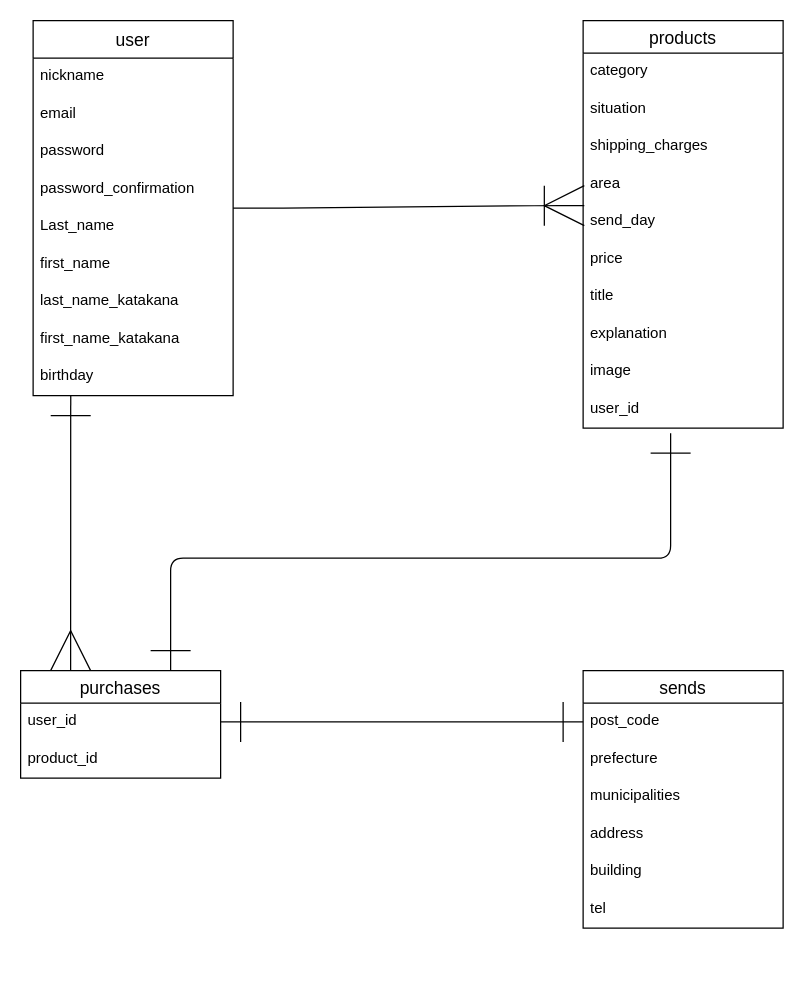
tkmprogram/furima-37396 keeps this draw.io diagram as furima.dio. Above is the earlier version. Source tidied: cells renumbered, new cells numbered last; positions are measured from the earlier drawing's top-left corner, leaving out a move shared by most shapes. Both pictures are drawn from the tidied source at 125%, with x=0, y=0 at pixel (20, 20).
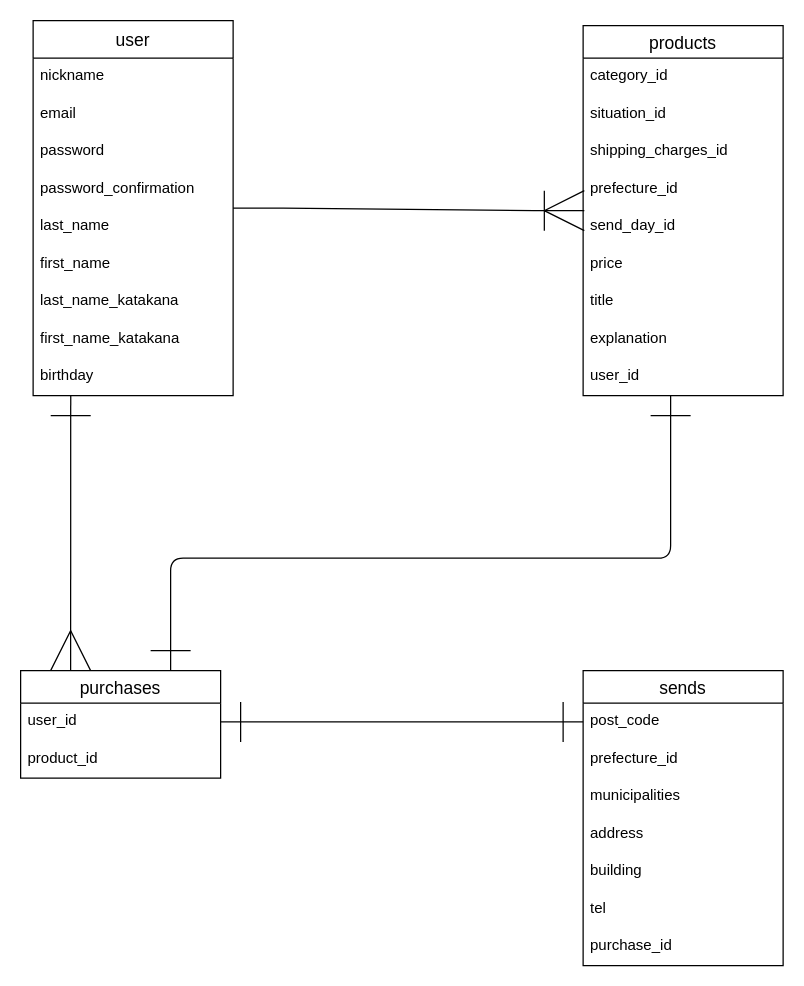
After the change.

The change refers to these unchanged cells:
```xml
<mxCell id="3" value="user" style="swimlane;fontStyle=0;horizontal=1;startSize=30;align=center;fontSize=14;labelBackgroundColor=none;" parent="1" vertex="1">
  <mxGeometry x="10" width="160" height="300" as="geometry" />
</mxCell>
<mxCell id="25" value="purchases" style="swimlane;fontStyle=0;horizontal=1;startSize=26;align=center;fontSize=14;" parent="1" vertex="1">
  <mxGeometry y="520" width="160" height="86" as="geometry" />
</mxCell>
```

What changed in the source:
```diff
@@
-    <mxCell id="8" value="Last_name" style="text;strokeColor=none;fillColor=none;spacingLeft=4;spacingRight=4;overflow=hidden;fontSize=12;" parent="3" vertex="1">
+    <mxCell id="8" value="last_name" style="text;strokeColor=none;fillColor=none;spacingLeft=4;spacingRight=4;overflow=hidden;fontSize=12;" parent="3" vertex="1">
       <mxGeometry y="150" width="160" height="30" as="geometry" />
     </mxCell>
@@
     <mxCell id="13" value="products" style="swimlane;fontStyle=0;horizontal=1;startSize=26;align=center;fontSize=14;" parent="1" vertex="1">
-      <mxGeometry x="450" width="160" height="326" as="geometry" />
+      <mxGeometry x="450" y="4" width="160" height="296" as="geometry" />
     </mxCell>
-    <mxCell id="14" value="category" style="text;strokeColor=none;fillColor=none;spacingLeft=4;spacingRight=4;overflow=hidden;fontSize=12;" parent="13" vertex="1">
+    <mxCell id="14" value="category_id " style="text;strokeColor=none;fillColor=none;spacingLeft=4;spacingRight=4;overflow=hidden;fontSize=12;" parent="13" vertex="1">
       <mxGeometry y="26" width="160" height="30" as="geometry" />
     </mxCell>
-    <mxCell id="15" value="situation" style="text;strokeColor=none;fillColor=none;spacingLeft=4;spacingRight=4;overflow=hidden;fontSize=12;" parent="13" vertex="1">
+    <mxCell id="15" value="situation_id" style="text;strokeColor=none;fillColor=none;spacingLeft=4;spacingRight=4;overflow=hidden;fontSize=12;" parent="13" vertex="1">
       <mxGeometry y="56" width="160" height="30" as="geometry" />
     </mxCell>
-    <mxCell id="16" value="shipping_charges" style="text;strokeColor=none;fillColor=none;spacingLeft=4;spacingRight=4;overflow=hidden;fontSize=12;" parent="13" vertex="1">
+    <mxCell id="16" value="shipping_charges_id" style="text;strokeColor=none;fillColor=none;spacingLeft=4;spacingRight=4;overflow=hidden;fontSize=12;" parent="13" vertex="1">
       <mxGeometry y="86" width="160" height="30" as="geometry" />
     </mxCell>
-    <mxCell id="17" value="area" style="text;strokeColor=none;fillColor=none;spacingLeft=4;spacingRight=4;overflow=hidden;fontSize=12;" parent="13" vertex="1">
+    <mxCell id="17" value="prefecture_id" style="text;strokeColor=none;fillColor=none;spacingLeft=4;spacingRight=4;overflow=hidden;fontSize=12;" parent="13" vertex="1">
       <mxGeometry y="116" width="160" height="30" as="geometry" />
     </mxCell>
-    <mxCell id="18" value="send_day" style="text;strokeColor=none;fillColor=none;spacingLeft=4;spacingRight=4;overflow=hidden;points=[[0,0.5],[1,0.5]];portConstraint=eastwest;fontSize=12;" parent="13" vertex="1">
+    <mxCell id="18" value="send_day_id" style="text;strokeColor=none;fillColor=none;spacingLeft=4;spacingRight=4;overflow=hidden;points=[[0,0.5],[1,0.5]];portConstraint=eastwest;fontSize=12;" parent="13" vertex="1">
       <mxGeometry y="146" width="160" height="30" as="geometry" />
     </mxCell>
@@
-    <mxCell id="22" value="image" style="text;strokeColor=none;fillColor=none;spacingLeft=4;spacingRight=4;overflow=hidden;fontSize=12;" parent="13" vertex="1">
-      <mxGeometry y="266" width="160" height="30" as="geometry" />
-    </mxCell>
     <mxCell id="23" value="user_id" style="text;strokeColor=none;fillColor=none;spacingLeft=4;spacingRight=4;overflow=hidden;fontSize=12;" parent="13" vertex="1">
-      <mxGeometry y="296" width="160" height="30" as="geometry" />
+      <mxGeometry y="266" width="160" height="30" as="geometry" />
     </mxCell>
@@
     <mxCell id="28" value="sends" style="swimlane;fontStyle=0;horizontal=1;startSize=26;align=center;fontSize=14;" parent="1" vertex="1">
-      <mxGeometry x="450" y="520" width="160" height="206" as="geometry" />
+      <mxGeometry x="450" y="520" width="160" height="236" as="geometry" />
     </mxCell>
@@
-    <mxCell id="30" value="prefecture" style="text;strokeColor=none;fillColor=none;spacingLeft=4;spacingRight=4;overflow=hidden;fontSize=12;" parent="28" vertex="1">
+    <mxCell id="30" value="prefecture_id" style="text;strokeColor=none;fillColor=none;spacingLeft=4;spacingRight=4;overflow=hidden;fontSize=12;" parent="28" vertex="1">
       <mxGeometry y="56" width="160" height="30" as="geometry" />
     </mxCell>
@@
+    <mxCell id="37" value="purchase_id" style="text;strokeColor=none;fillColor=none;spacingLeft=4;spacingRight=4;overflow=hidden;fontSize=12;" parent="28" vertex="1">
+      <mxGeometry y="206" width="160" height="30" as="geometry" />
+    </mxCell>
@@
     <mxCell id="36" style="edgeStyle=none;html=1;startArrow=ERone;startFill=0;endArrow=ERone;endFill=0;startSize=30;endSize=30;entryX=0.75;entryY=0;entryDx=0;entryDy=0;" parent="1" edge="1" target="25">
       <mxGeometry relative="1" as="geometry">
-        <mxPoint x="520" y="330" as="sourcePoint" />
+        <mxPoint x="520" y="300" as="sourcePoint" />
         <Array as="points">
           <mxPoint x="520" y="430" />
           <mxPoint x="120" y="430" />
         </Array>
       </mxGeometry>
     </mxCell>
```
